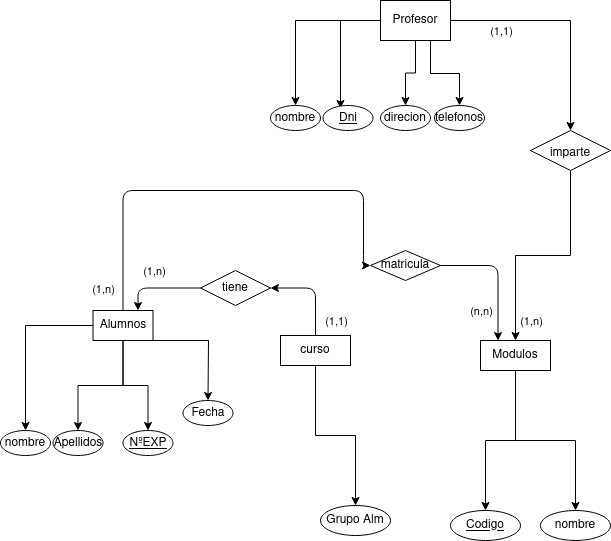
adogonz23/BAE keeps this draw.io diagram as Ejercicios/images/diagrama_BAE_E2.drawio.png. Above is the earlier version. Source tidied: cells renumbered, new cells last; positions are measured from the earlier drawing's top-left corner, leaving out a move shared by most shapes.
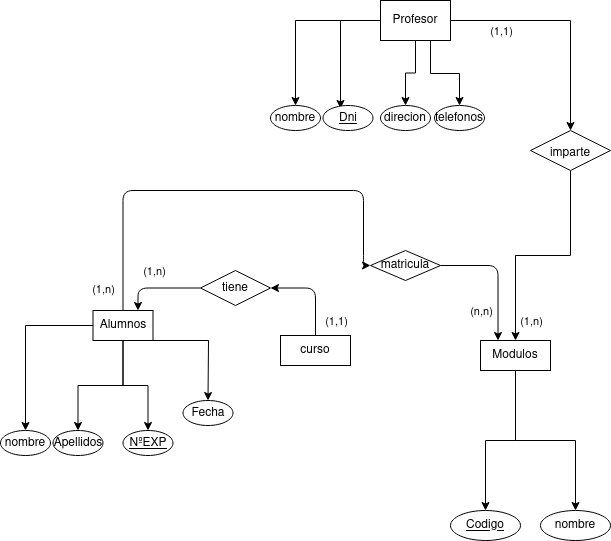
After the change.

Change to the diagram source:
```diff
@@ -63,12 +63,6 @@
     <mxCell id="20" value="&lt;div&gt;curso&lt;/div&gt;" style="rounded=0;whiteSpace=wrap;html=1;labelBackgroundColor=none;" parent="19" vertex="1">
       <mxGeometry width="70" height="30" as="geometry" />
     </mxCell>
-    <mxCell id="21" value="Grupo Alm" style="ellipse;whiteSpace=wrap;html=1;labelBackgroundColor=none;rounded=0;" parent="19" vertex="1">
-      <mxGeometry x="40" y="170" width="70" height="30" as="geometry" />
-    </mxCell>
-    <mxCell id="22" style="edgeStyle=orthogonalEdgeStyle;rounded=0;jettySize=auto;html=1;labelBackgroundColor=none;fontColor=default;" parent="19" edge="1" source="20" target="21">
-      <mxGeometry relative="1" as="geometry" />
-    </mxCell>
     <mxCell id="23" style="edgeStyle=orthogonalEdgeStyle;rounded=0;hachureGap=4;jettySize=auto;html=1;entryX=0.5;entryY=0;entryDx=0;entryDy=0;fontFamily=Architects Daughter;fontSource=https%3A%2F%2Ffonts.googleapis.com%2Fcss%3Ffamily%3DArchitects%2BDaughter;fontSize=16;" parent="1" edge="1" source="29" target="30">
       <mxGeometry relative="1" as="geometry" />
     </mxCell>
```
